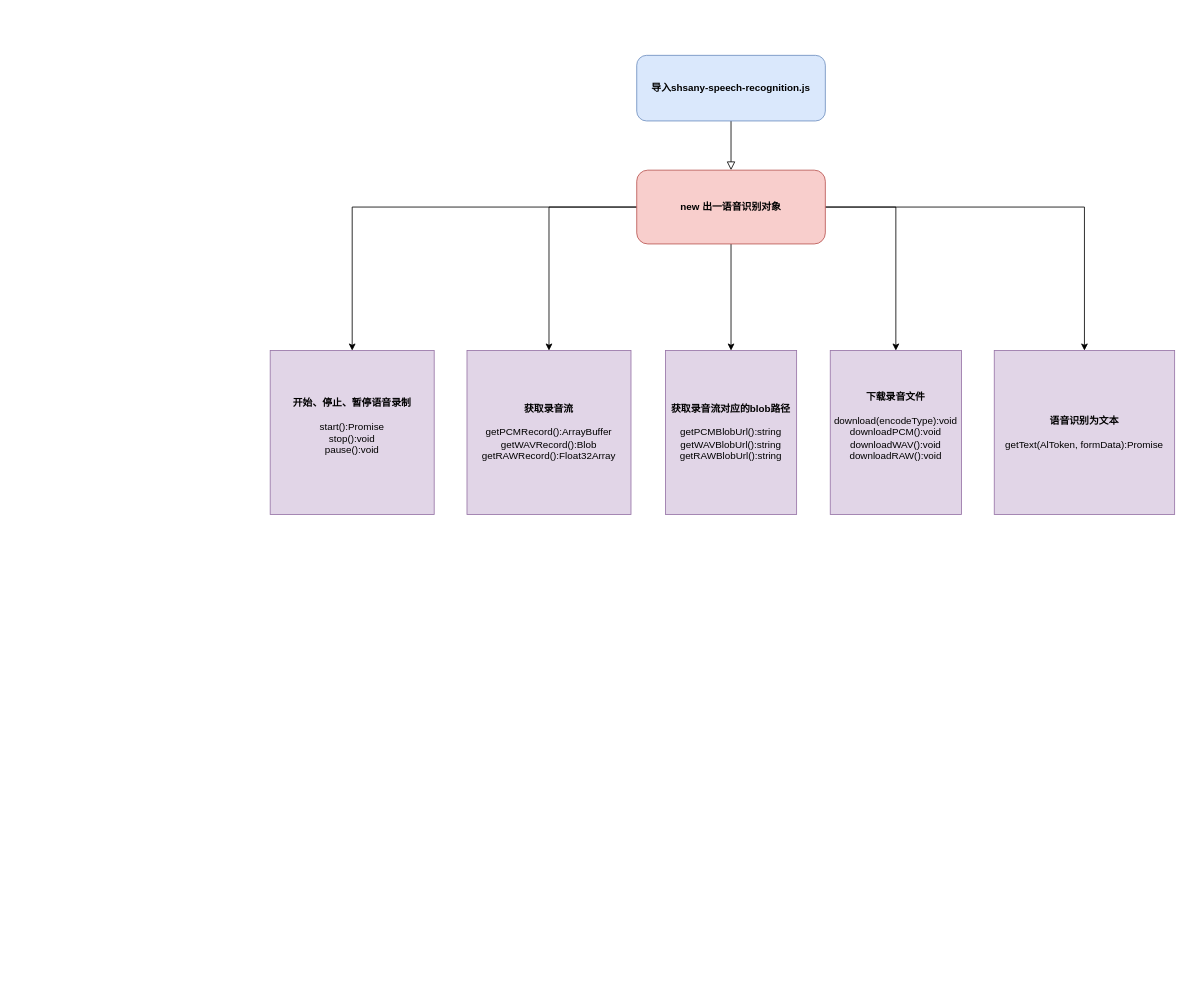
Before: WEB端语音识别流程.drawio in 20123136/draw-io-fiels, a draw.io diagram. Source tidied: cells renumbered, new cells numbered last; positions are measured from the earlier drawing's top-left corner, leaving out a move shared by most shapes. Both pictures are drawn from the tidied source at 82%, with x=0, y=0 at pixel (270, 55).
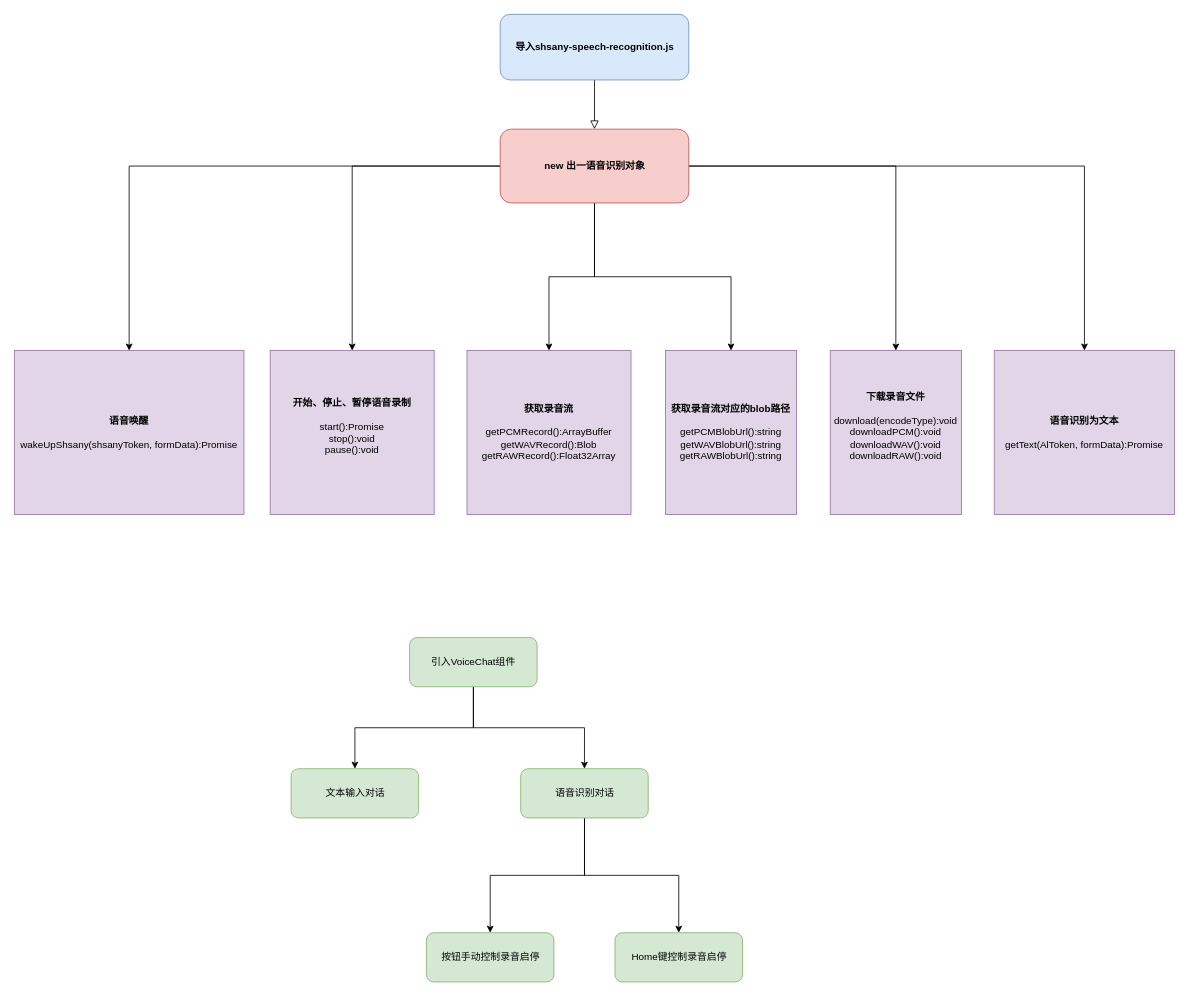
The same page after the edit.

Commit message:
更新WEB端语音识别流程.drawio

Diff of the diagram source:
```diff
@@
     <mxCell id="3" value="&lt;b&gt;导入shsany-speech-recognition.js&lt;/b&gt;" style="rounded=1;whiteSpace=wrap;html=1;fontSize=12;glass=0;strokeWidth=1;shadow=0;fillColor=#dae8fc;strokeColor=#6c8ebf;" parent="1" vertex="1">
-      <mxGeometry x="447" width="230" height="80" as="geometry" />
+      <mxGeometry x="280.5" y="-50" width="230" height="80" as="geometry" />
     </mxCell>
@@
+    <mxCell id="15" style="edgeStyle=orthogonalEdgeStyle;rounded=0;jettySize=auto;html=1;entryX=0.5;entryY=0;entryDx=0;entryDy=0;" parent="1" edge="1" source="9" target="16">
+      <mxGeometry relative="1" as="geometry" />
+    </mxCell>
     <mxCell id="9" value="&lt;b&gt;new 出一语音识别对象&lt;/b&gt;" style="rounded=1;whiteSpace=wrap;html=1;fontSize=12;glass=0;strokeWidth=1;shadow=0;fillColor=#f8cecc;strokeColor=#b85450;" parent="1" vertex="1">
-      <mxGeometry x="447" y="140" width="230" height="90" as="geometry" />
+      <mxGeometry x="280.5" y="90" width="230" height="90" as="geometry" />
     </mxCell>
@@
+    <mxCell id="16" value="&lt;div&gt;&lt;b&gt;语音唤醒&lt;/b&gt;&lt;/div&gt;&lt;div&gt;&lt;br&gt;&lt;/div&gt;&lt;div&gt;wakeUpShsany(shsanyToken, formData):Promise&lt;br&gt;&lt;/div&gt;" style="rounded=0;whiteSpace=wrap;html=1;fillColor=#e1d5e7;strokeColor=#9673a6;" parent="1" vertex="1">
+      <mxGeometry x="-312" y="360" width="280" height="200" as="geometry" />
+    </mxCell>
+    <mxCell id="17" style="edgeStyle=orthogonalEdgeStyle;rounded=0;jettySize=auto;html=1;" parent="1" edge="1" source="19" target="20">
+      <mxGeometry relative="1" as="geometry" />
+    </mxCell>
+    <mxCell id="18" style="edgeStyle=orthogonalEdgeStyle;rounded=0;jettySize=auto;html=1;entryX=0.5;entryY=0;entryDx=0;entryDy=0;" parent="1" edge="1" source="19" target="23">
+      <mxGeometry relative="1" as="geometry" />
+    </mxCell>
+    <mxCell id="19" value="引入VoiceChat组件" style="rounded=1;whiteSpace=wrap;html=1;fillColor=#d5e8d4;strokeColor=#82b366;" parent="1" vertex="1">
+      <mxGeometry x="170" y="710" width="155.5" height="60" as="geometry" />
+    </mxCell>
+    <mxCell id="20" value="文本输入对话" style="rounded=1;whiteSpace=wrap;html=1;fillColor=#d5e8d4;strokeColor=#82b366;" parent="1" vertex="1">
+      <mxGeometry x="25.5" y="870" width="155.5" height="60" as="geometry" />
+    </mxCell>
+    <mxCell id="21" style="edgeStyle=orthogonalEdgeStyle;rounded=0;jettySize=auto;html=1;" parent="1" edge="1" source="23" target="24">
+      <mxGeometry relative="1" as="geometry" />
+    </mxCell>
+    <mxCell id="22" style="edgeStyle=orthogonalEdgeStyle;rounded=0;jettySize=auto;html=1;entryX=0.5;entryY=0;entryDx=0;entryDy=0;" parent="1" edge="1" source="23" target="25">
+      <mxGeometry relative="1" as="geometry" />
+    </mxCell>
+    <mxCell id="23" value="语音识别对话" style="rounded=1;whiteSpace=wrap;html=1;fillColor=#d5e8d4;strokeColor=#82b366;" parent="1" vertex="1">
+      <mxGeometry x="305.5" y="870" width="155.5" height="60" as="geometry" />
+    </mxCell>
+    <mxCell id="24" value="按钮手动控制录音启停" style="rounded=1;whiteSpace=wrap;html=1;fillColor=#d5e8d4;strokeColor=#82b366;" parent="1" vertex="1">
+      <mxGeometry x="190.5" y="1070" width="155.5" height="60" as="geometry" />
+    </mxCell>
+    <mxCell id="25" value="Home键控制录音启停" style="rounded=1;whiteSpace=wrap;html=1;fillColor=#d5e8d4;strokeColor=#82b366;" parent="1" vertex="1">
+      <mxGeometry x="420.5" y="1070" width="155.5" height="60" as="geometry" />
+    </mxCell>
```
